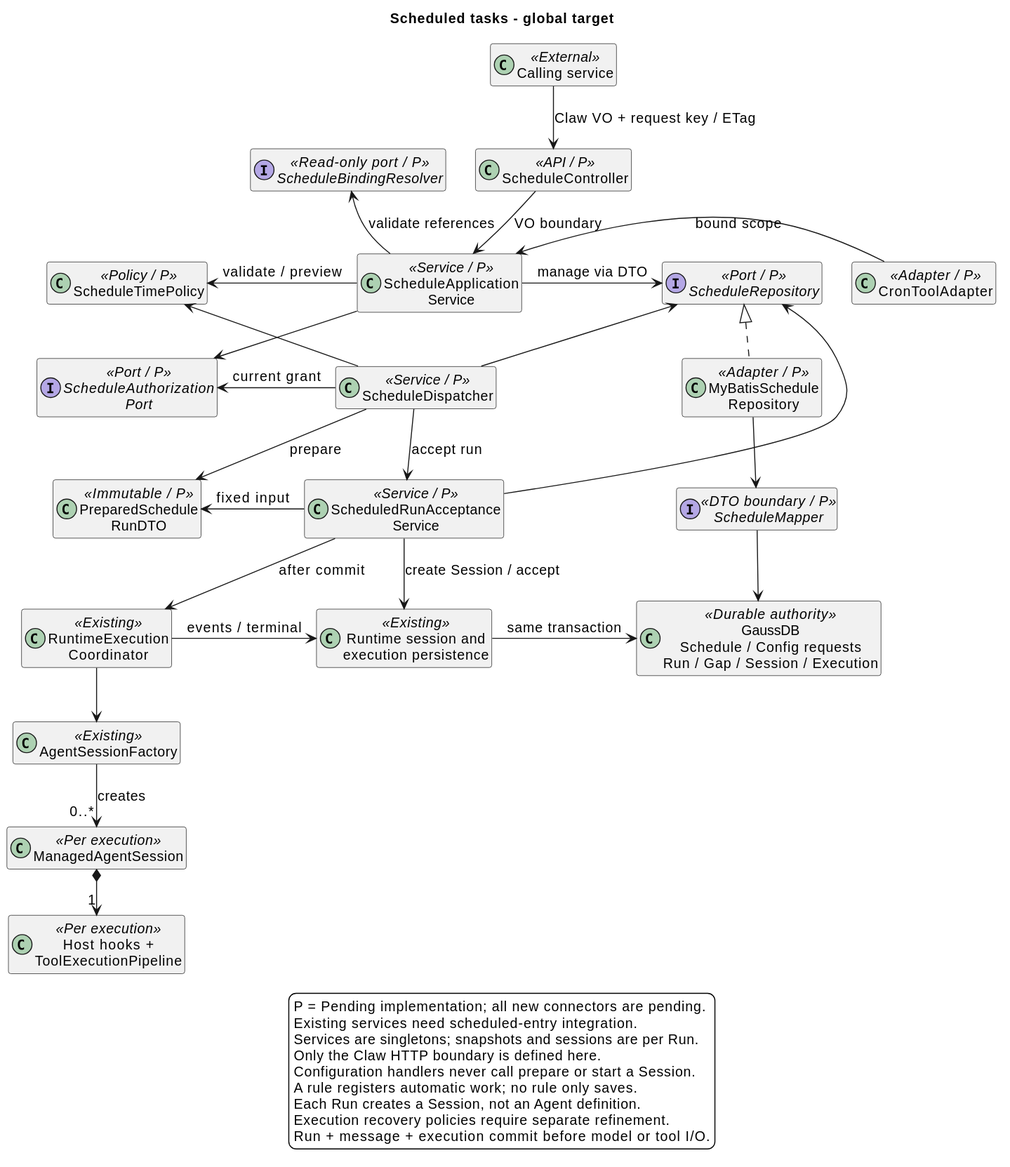
The PlantUML diagram 01-总体架构/08-CampusClaw定时任务/scheduled_task_architecture.svg in ssm0808/pi-mono-java-design, before a commit.
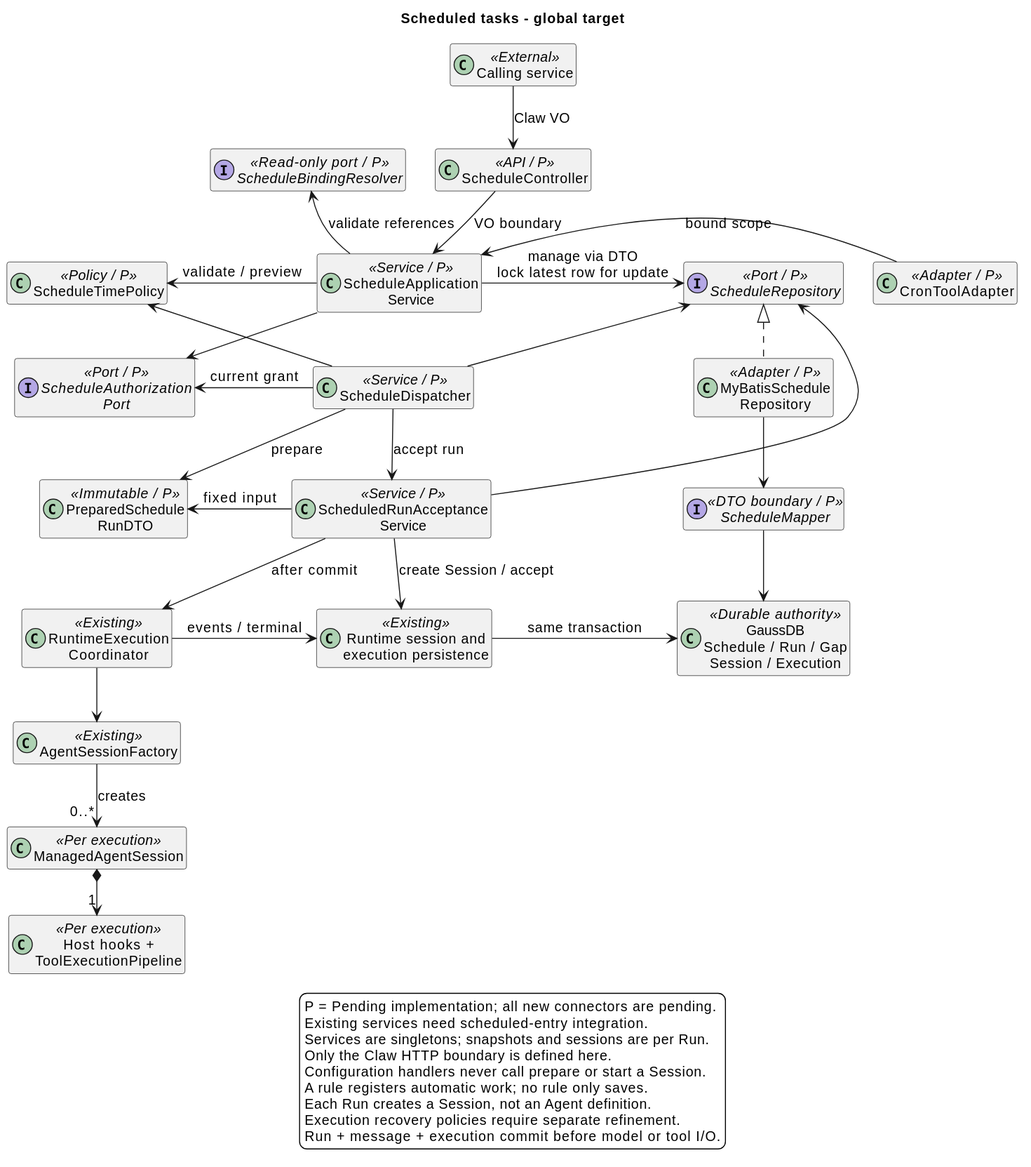
After the change.

Diff of the diagram source:
```diff
@@ -18,21 +18,21 @@
 interface "ScheduleRepository" as Repo <<Port / P>>
 class "MyBatisSchedule\nRepository" as RepoImpl <<Adapter / P>>
 interface "ScheduleMapper" as Mapper <<DTO boundary / P>>
-class "GaussDB\nSchedule / Config requests\nRun / Gap / Session / Execution" as Db <<Durable authority>>
+class "GaussDB\nSchedule / Run / Gap\nSession / Execution" as Db <<Durable authority>>
 class "ScheduledRunAcceptance\nService" as Accept <<Service / P>>
 class "Runtime session and\nexecution persistence" as Persist <<Existing>>
 class "RuntimeExecution\nCoordinator" as Coordinator <<Existing>>
 class "AgentSessionFactory" as Factory <<Existing>>
 class "ManagedAgentSession" as Session <<Per execution>>
 class "Host hooks +\nToolExecutionPipeline" as Pipeline <<Per execution>>
-Caller -down-> Api : Claw VO + request key / ETag
+Caller -down-> Api : Claw VO
 Api -down-> App : VO boundary
 Tool -left-> App : bound scope
 App -down[hidden]-> Dispatch
 Time -down[hidden]-> Auth
 Auth -down[hidden]-> Snapshot
 App -left-> Time : validate / preview
-App -right-> Repo : manage via DTO
+App -right-> Repo : manage via DTO\nlock latest row for update
 App -[norank]-> Auth
 App -up-> Binding : validate references
 Dispatch -down-> Accept : accept run
```
